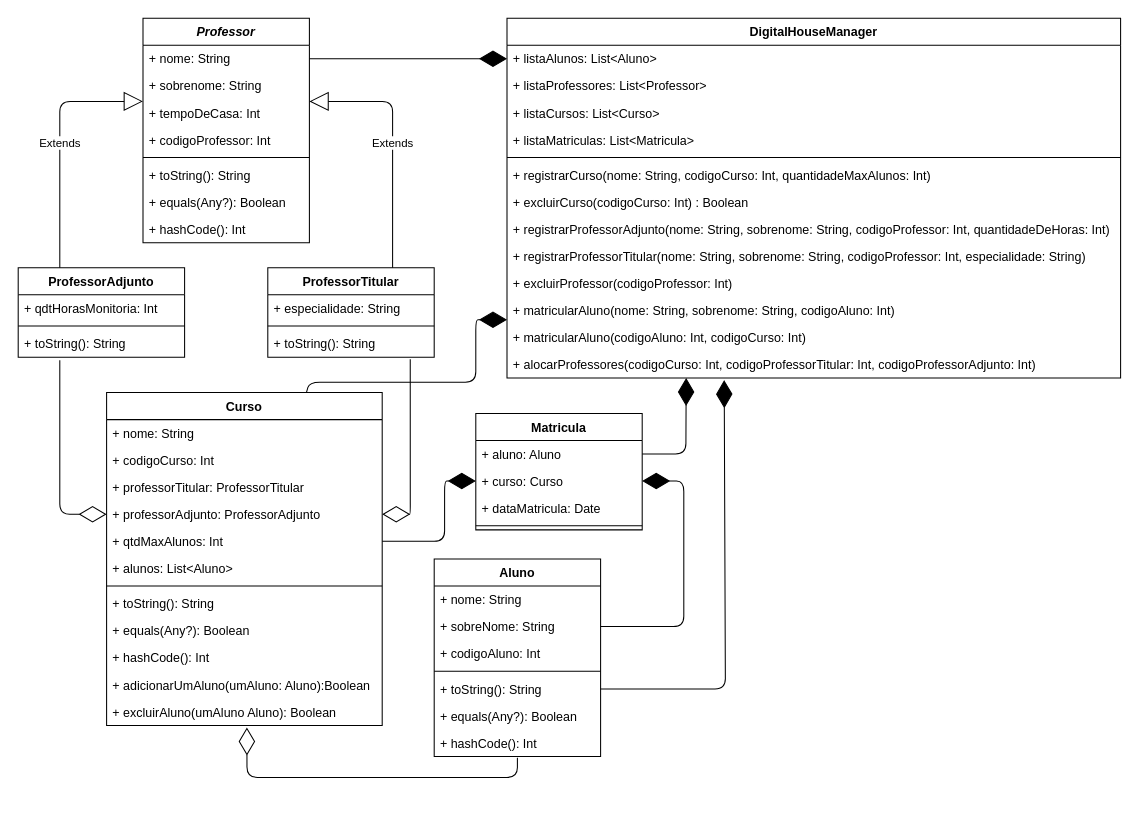
This is DesafioKotlinUML.drawio from mtrindade8/DesafioKotlin_DigitalHouseMobile, a draw.io file, before an edit. Source tidied: cells renumbered, new cells numbered last; positions are measured from the earlier drawing's top-left corner, leaving out a move shared by most shapes. Both pictures are drawn from the tidied source at 104%, with x=0, y=0 at pixel (18, 18).
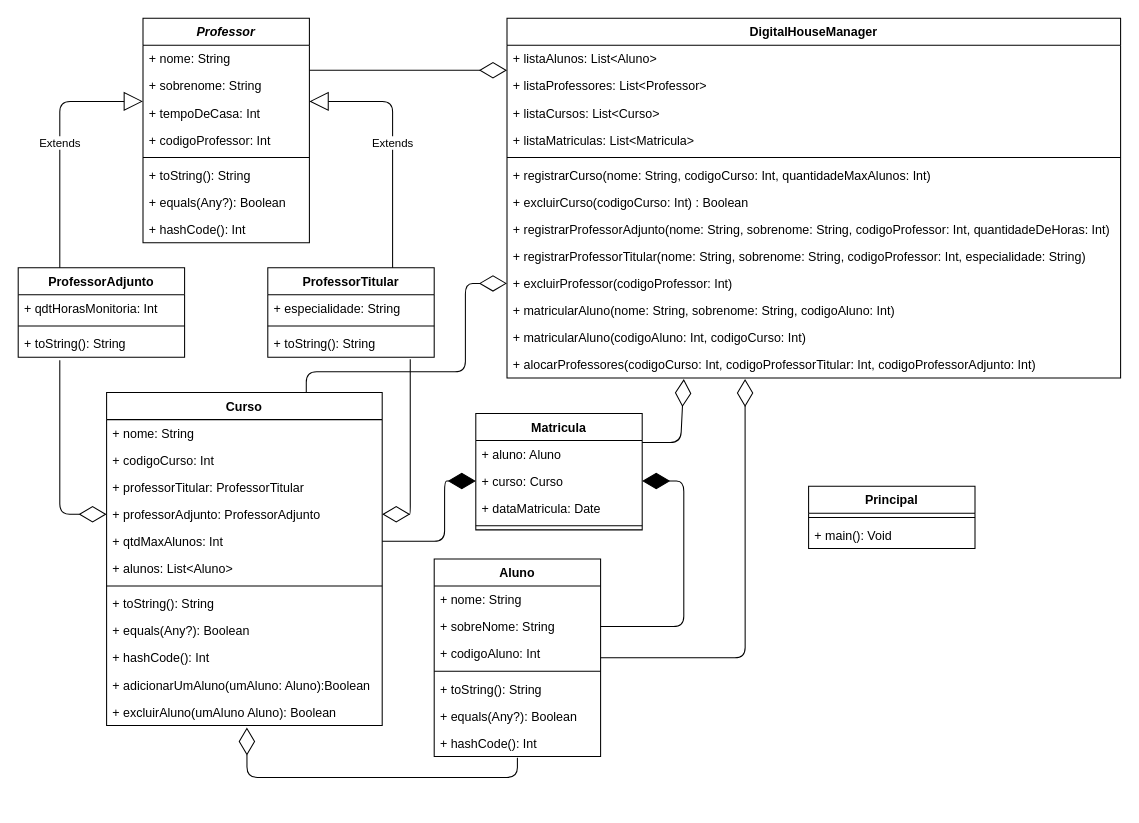
After the change.

Unchanged cells that the change refers to:
```xml
<mxCell id="11" value="+ nome: String" style="text;strokeColor=none;fillColor=none;align=left;verticalAlign=top;spacingLeft=4;spacingRight=4;overflow=hidden;points=[[0,0.5],[1,0.5]];portConstraint=eastwest;" parent="10" vertex="1">
  <mxGeometry y="26" width="160" height="26" as="geometry" />
</mxCell>
<mxCell id="21" value="Curso" style="swimlane;fontStyle=1;align=center;verticalAlign=top;horizontal=1;startSize=26;" parent="1" vertex="1">
  <mxGeometry x="85" y="360" width="265" height="320" as="geometry" />
</mxCell>
<mxCell id="41" value="Aluno" style="swimlane;fontStyle=1;align=center;verticalAlign=top;horizontal=1;startSize=26;" parent="1" vertex="1">
  <mxGeometry x="400" y="520" width="160" height="190" as="geometry" />
</mxCell>
<mxCell id="46" value="+ toString(): String" style="text;strokeColor=none;fillColor=none;align=left;verticalAlign=top;spacingLeft=4;spacingRight=4;overflow=hidden;points=[[0,0.5],[1,0.5]];portConstraint=eastwest;" parent="41" vertex="1">
  <mxGeometry y="112" width="160" height="26" as="geometry" />
</mxCell>
<mxCell id="49" value="Matricula" style="swimlane;fontStyle=1;align=center;verticalAlign=top;horizontal=1;startSize=26;" parent="1" vertex="1">
  <mxGeometry x="440" y="380" width="160" height="112" as="geometry" />
</mxCell>
<mxCell id="50" value="+ aluno: Aluno" style="text;strokeColor=none;fillColor=none;align=left;verticalAlign=top;spacingLeft=4;spacingRight=4;overflow=hidden;points=[[0,0.5],[1,0.5]];portConstraint=eastwest;" parent="49" vertex="1">
  <mxGeometry y="26" width="160" height="26" as="geometry" />
</mxCell>
<mxCell id="55" value="+ listaAlunos: List&lt;Aluno&gt;" style="text;strokeColor=none;fillColor=none;align=left;verticalAlign=top;spacingLeft=4;spacingRight=4;overflow=hidden;points=[[0,0.5],[1,0.5]];portConstraint=eastwest;" parent="54" vertex="1">
  <mxGeometry y="26" width="590" height="26" as="geometry" />
</mxCell>
<mxCell id="64" value="+ excluirProfessor(codigoProfessor: Int)" style="text;strokeColor=none;fillColor=none;align=left;verticalAlign=top;spacingLeft=4;spacingRight=4;overflow=hidden;points=[[0,0.5],[1,0.5]];portConstraint=eastwest;" parent="54" vertex="1">
  <mxGeometry y="242" width="590" height="26" as="geometry" />
</mxCell>
<mxCell id="65" value="+ matricularAluno(nome: String, sobrenome: String, codigoAluno: Int)" style="text;strokeColor=none;fillColor=none;align=left;verticalAlign=top;spacingLeft=4;spacingRight=4;overflow=hidden;points=[[0,0.5],[1,0.5]];portConstraint=eastwest;" parent="54" vertex="1">
  <mxGeometry y="268" width="590" height="26" as="geometry" />
</mxCell>
<mxCell id="67" value="+ alocarProfessores(codigoCurso: Int, codigoProfessorTitular: Int, codigoProfessorAdjunto: Int)" style="text;strokeColor=none;fillColor=none;align=left;verticalAlign=top;spacingLeft=4;spacingRight=4;overflow=hidden;points=[[0,0.5],[1,0.5]];portConstraint=eastwest;" parent="54" vertex="1">
  <mxGeometry y="320" width="590" height="26" as="geometry" />
</mxCell>
```

Change to the diagram source:
```diff
@@
-    <mxCell id="37" style="endArrow=diamondThin;endFill=1;endSize=24;html=1;exitX=1;exitY=0.5;exitDx=0;exitDy=0;entryX=0;entryY=0.5;entryDx=0;entryDy=0;" parent="1" edge="1" source="11" target="55">
-      <mxGeometry relative="1" as="geometry">
-        <Array as="points">
-          <mxPoint x="350" y="39" />
-        </Array>
-      </mxGeometry>
-    </mxCell>
-    <mxCell id="38" style="endArrow=diamondThin;endFill=1;endSize=24;html=1;exitX=0.725;exitY=0;exitDx=0;exitDy=0;exitPerimeter=0;entryX=0;entryY=0.846;entryDx=0;entryDy=0;entryPerimeter=0;" parent="1" edge="1" source="21" target="65">
-      <mxGeometry relative="1" as="geometry">
-        <Array as="points">
-          <mxPoint x="280" y="350" />
-          <mxPoint x="360" y="350" />
-          <mxPoint x="440" y="350" />
-          <mxPoint x="440" y="290" />
-        </Array>
-      </mxGeometry>
-    </mxCell>
-    <mxCell id="39" style="endArrow=diamondThin;endFill=1;endSize=24;html=1;exitX=1;exitY=0.5;exitDx=0;exitDy=0;entryX=0.292;entryY=1;entryDx=0;entryDy=0;entryPerimeter=0;" parent="1" edge="1" source="50" target="67">
-      <mxGeometry relative="1" as="geometry">
-        <Array as="points">
-          <mxPoint x="642" y="419" />
-        </Array>
-      </mxGeometry>
-    </mxCell>
-    <mxCell id="40" style="endArrow=diamondThin;endFill=1;endSize=24;html=1;exitX=1;exitY=0.5;exitDx=0;exitDy=0;entryX=0.354;entryY=1.077;entryDx=0;entryDy=0;entryPerimeter=0;" parent="1" edge="1" source="46" target="67">
-      <mxGeometry relative="1" as="geometry">
-        <Array as="points">
-          <mxPoint x="680" y="645" />
-        </Array>
-      </mxGeometry>
-    </mxCell>
@@
+    <mxCell id="70" value="Principal" style="swimlane;fontStyle=1;align=center;verticalAlign=top;horizontal=1;startSize=26;" parent="1" vertex="1">
+      <mxGeometry x="760" y="450" width="160" height="60" as="geometry" />
+    </mxCell>
+    <mxCell id="71" style="line;strokeWidth=1;fillColor=none;align=left;verticalAlign=middle;spacingTop=-1;spacingLeft=3;spacingRight=3;labelPosition=right;" parent="70" vertex="1">
+      <mxGeometry y="26" width="160" height="8" as="geometry" />
+    </mxCell>
+    <mxCell id="72" value="+ main(): Void" style="text;strokeColor=none;fillColor=none;align=left;verticalAlign=top;spacingLeft=4;spacingRight=4;overflow=hidden;" parent="70" vertex="1">
+      <mxGeometry y="34" width="160" height="26" as="geometry" />
+    </mxCell>
+    <mxCell id="73" style="endArrow=diamondThin;endFill=0;endSize=24;html=1;entryX=0.388;entryY=1.038;entryDx=0;entryDy=0;entryPerimeter=0;" parent="1" edge="1" source="41" target="67">
+      <mxGeometry relative="1" as="geometry">
+        <Array as="points">
+          <mxPoint x="699" y="615" />
+        </Array>
+      </mxGeometry>
+    </mxCell>
+    <mxCell id="74" style="endArrow=diamondThin;endFill=0;endSize=24;html=1;exitX=1;exitY=0.25;exitDx=0;exitDy=0;" parent="1" edge="1" source="49">
+      <mxGeometry relative="1" as="geometry">
+        <mxPoint x="640" y="347" as="targetPoint" />
+        <Array as="points">
+          <mxPoint x="637" y="408" />
+        </Array>
+      </mxGeometry>
+    </mxCell>
+    <mxCell id="75" style="endArrow=diamondThin;endFill=0;endSize=24;html=1;strokeColor=#050505;entryX=0;entryY=0.5;entryDx=0;entryDy=0;" parent="1" edge="1" target="64">
+      <mxGeometry relative="1" as="geometry">
+        <mxPoint x="277" y="360" as="sourcePoint" />
+        <Array as="points">
+          <mxPoint x="277" y="340" />
+          <mxPoint x="430" y="340" />
+          <mxPoint x="430" y="255" />
+        </Array>
+      </mxGeometry>
+    </mxCell>
+    <mxCell id="37" style="endArrow=diamondThin;endFill=0;endSize=24;html=1;strokeColor=#050505;exitX=1;exitY=0.923;exitDx=0;exitDy=0;exitPerimeter=0;entryX=0;entryY=0.923;entryDx=0;entryDy=0;entryPerimeter=0;" parent="1" edge="1" source="11" target="55">
+      <mxGeometry relative="1" as="geometry" />
+    </mxCell>
```
